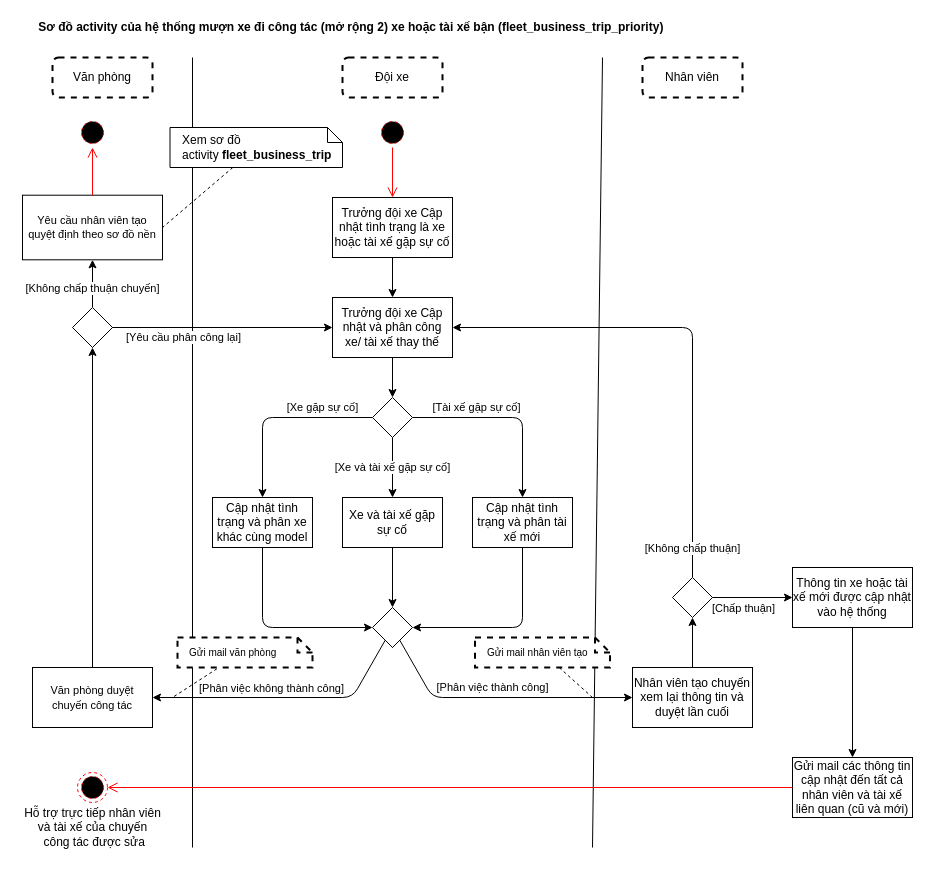
Before: uml-diargrams/uml_activity_fleet_business_trip_busy.drawio in NgoHuuNghia/odoo15-digitalocean, a draw.io diagram. Source tidied: cells renumbered, new cells numbered last; positions are measured from the earlier drawing's top-left corner, leaving out a move shared by most shapes. Both pictures are drawn from the tidied source at 100%, with x=0, y=0 at pixel (17, 17).
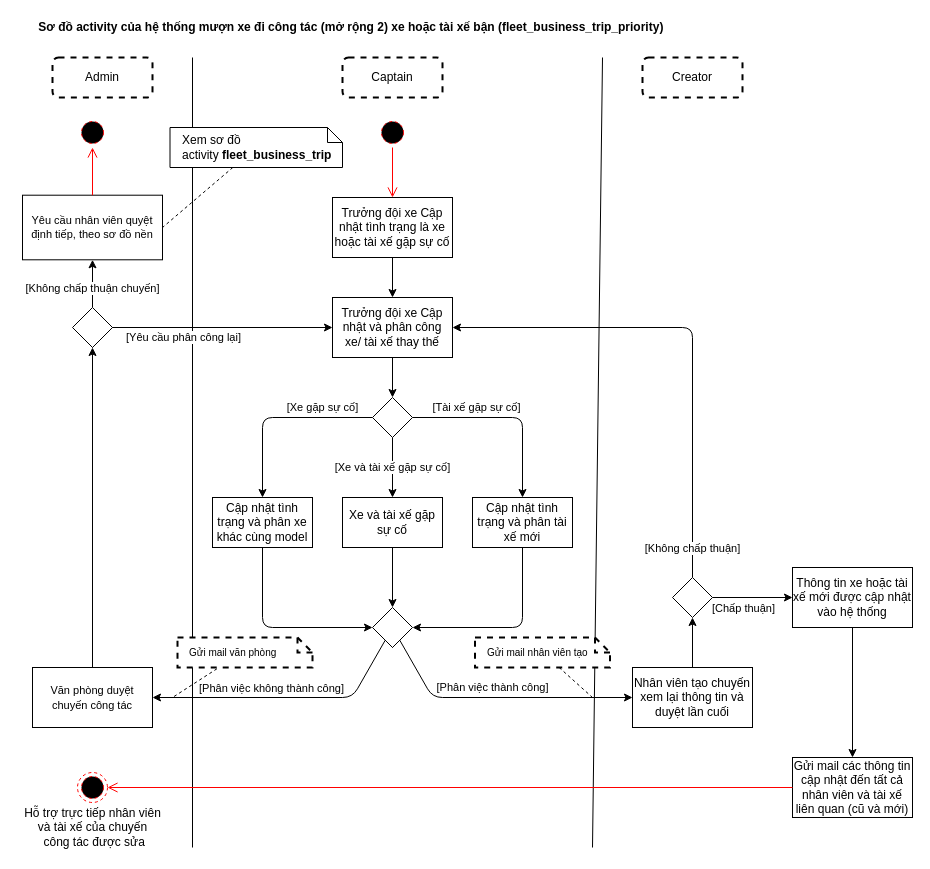
The same diagram, later.

The edit, as a diff of the source:
```diff
@@
-    <mxCell id="5" value="Nhân viên" style="rounded=1;whiteSpace=wrap;html=1;strokeWidth=2;dashed=1;" parent="1" vertex="1">
+    <mxCell id="5" value="Creator" style="rounded=1;whiteSpace=wrap;html=1;strokeWidth=2;dashed=1;" parent="1" vertex="1">
       <mxGeometry x="625" y="40" width="100" height="40" as="geometry" />
     </mxCell>
-    <mxCell id="6" value="Đội xe" style="rounded=1;whiteSpace=wrap;html=1;strokeWidth=2;dashed=1;" parent="1" vertex="1">
+    <mxCell id="6" value="Captain" style="rounded=1;whiteSpace=wrap;html=1;strokeWidth=2;dashed=1;" parent="1" vertex="1">
       <mxGeometry x="325" y="40" width="100" height="40" as="geometry" />
     </mxCell>
@@
-    <mxCell id="30" value="Văn phòng" style="rounded=1;whiteSpace=wrap;html=1;strokeWidth=2;dashed=1;" parent="1" vertex="1">
+    <mxCell id="30" value="Admin" style="rounded=1;whiteSpace=wrap;html=1;strokeWidth=2;dashed=1;" parent="1" vertex="1">
       <mxGeometry x="35" y="40" width="100" height="40" as="geometry" />
     </mxCell>
@@
-    <mxCell id="52" value="Yêu cầu nhân viên tạo quyệt định theo sơ đồ nền" style="whiteSpace=wrap;html=1;rounded=0;fontSize=11;" parent="1" vertex="1">
+    <mxCell id="52" value="Yêu cầu nhân viên quyệt định tiếp, theo sơ đồ nền" style="whiteSpace=wrap;html=1;rounded=0;fontSize=11;" parent="1" vertex="1">
       <mxGeometry x="5" y="177.7" width="140" height="64.6" as="geometry" />
     </mxCell>
```
